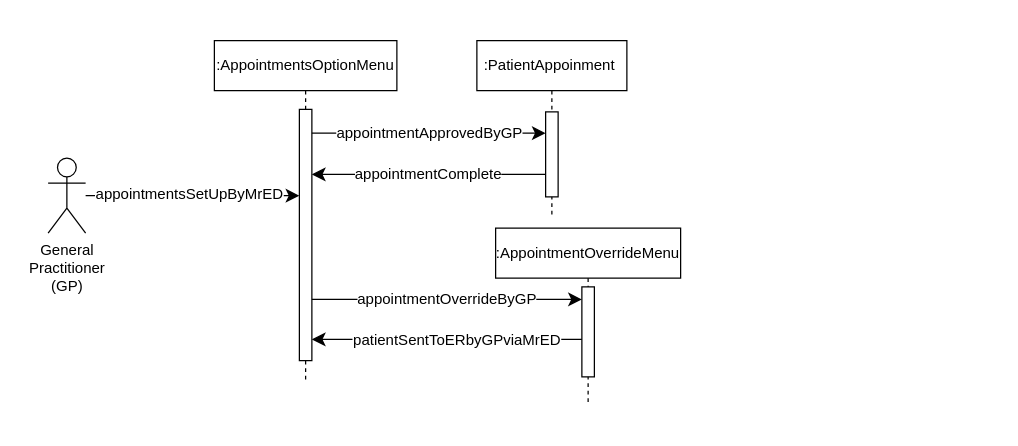
SENG-350-2024-fall/Team9 keeps this draw.io diagram as AmirWork/M2/GP_SequenceDiagram.drawio. Above is the earlier version. Source tidied: cells renumbered, new cells numbered last; positions are measured from the earlier drawing's top-left corner, leaving out a move shared by most shapes. Both pictures are drawn from the tidied source at 125%, with x=0, y=0 at pixel (21, 21).
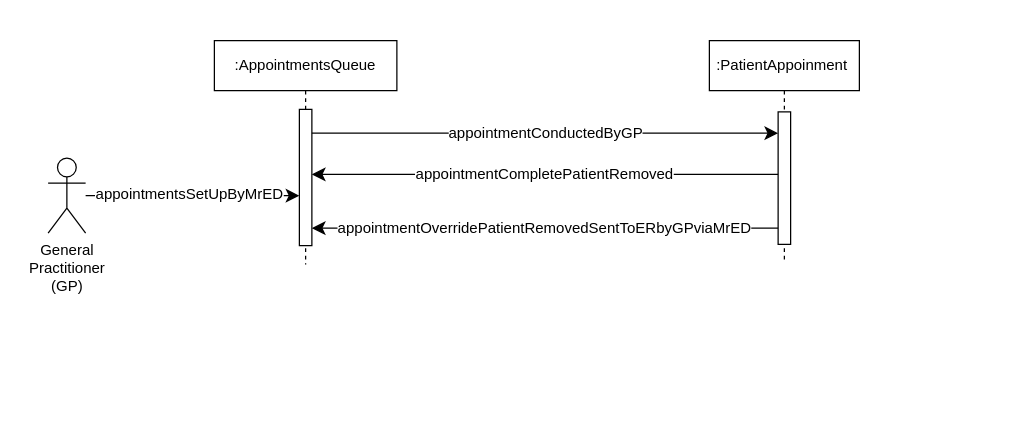
After the change.

The edit, as a diff of the source:
```diff
@@
-    <mxCell id="4" value=":AppointmentsOptionMenu" style="shape=umlLifeline;perimeter=lifelinePerimeter;whiteSpace=wrap;html=1;newEdgeStyle={&quot;edgeStyle&quot;:&quot;elbowEdgeStyle&quot;,&quot;elbow&quot;:&quot;vertical&quot;,&quot;curved&quot;:0,&quot;rounded&quot;:0};" parent="1" vertex="1">
-      <mxGeometry x="154" y="15" width="146" height="274" as="geometry" />
+    <mxCell id="4" value=":AppointmentsQueue" style="shape=umlLifeline;perimeter=lifelinePerimeter;whiteSpace=wrap;html=1;newEdgeStyle={&quot;edgeStyle&quot;:&quot;elbowEdgeStyle&quot;,&quot;elbow&quot;:&quot;vertical&quot;,&quot;curved&quot;:0,&quot;rounded&quot;:0};" parent="1" vertex="1">
+      <mxGeometry x="154" y="15" width="146" height="179" as="geometry" />
     </mxCell>
     <mxCell id="5" style="html=1;points=[];perimeter=orthogonalPerimeter;outlineConnect=0;targetShapes=umlLifeline;portConstraint=eastwest;newEdgeStyle={&quot;edgeStyle&quot;:&quot;elbowEdgeStyle&quot;,&quot;elbow&quot;:&quot;vertical&quot;,&quot;curved&quot;:0,&quot;rounded&quot;:0};" parent="4" vertex="1">
-      <mxGeometry x="68" y="55" width="10" height="201" as="geometry" />
+      <mxGeometry x="68" y="55" width="10" height="109" as="geometry" />
     </mxCell>
     <mxCell id="6" value=":PatientAppoinment&amp;nbsp;" style="shape=umlLifeline;perimeter=lifelinePerimeter;whiteSpace=wrap;html=1;newEdgeStyle={&quot;edgeStyle&quot;:&quot;elbowEdgeStyle&quot;,&quot;elbow&quot;:&quot;vertical&quot;,&quot;curved&quot;:0,&quot;rounded&quot;:0};" parent="1" vertex="1">
-      <mxGeometry x="364" y="15" width="120" height="141" as="geometry" />
+      <mxGeometry x="550" y="15" width="120" height="177" as="geometry" />
     </mxCell>
     <mxCell id="7" style="html=1;points=[];perimeter=orthogonalPerimeter;outlineConnect=0;targetShapes=umlLifeline;portConstraint=eastwest;newEdgeStyle={&quot;edgeStyle&quot;:&quot;elbowEdgeStyle&quot;,&quot;elbow&quot;:&quot;vertical&quot;,&quot;curved&quot;:0,&quot;rounded&quot;:0};" parent="6" vertex="1">
-      <mxGeometry x="55" y="57" width="10" height="68" as="geometry" />
+      <mxGeometry x="55" y="57" width="10" height="106" as="geometry" />
     </mxCell>
@@
-    <mxCell id="10" value=":AppointmentOverrideMenu" style="shape=umlLifeline;perimeter=lifelinePerimeter;whiteSpace=wrap;html=1;newEdgeStyle={&quot;edgeStyle&quot;:&quot;elbowEdgeStyle&quot;,&quot;elbow&quot;:&quot;vertical&quot;,&quot;curved&quot;:0,&quot;rounded&quot;:0};" parent="1" vertex="1">
-      <mxGeometry x="379" y="165" width="148" height="142" as="geometry" />
-    </mxCell>
-    <mxCell id="11" style="html=1;points=[];perimeter=orthogonalPerimeter;outlineConnect=0;targetShapes=umlLifeline;portConstraint=eastwest;newEdgeStyle={&quot;edgeStyle&quot;:&quot;elbowEdgeStyle&quot;,&quot;elbow&quot;:&quot;vertical&quot;,&quot;curved&quot;:0,&quot;rounded&quot;:0};" parent="10" vertex="1">
-      <mxGeometry x="69" y="47" width="10" height="72" as="geometry" />
-    </mxCell>
-    <mxCell id="12" value="appointmentOverrideByGP" style="edgeStyle=elbowEdgeStyle;curved=0;rounded=0;jettySize=auto;html=1;elbow=vertical;fontSize=12;startSize=8;endSize=8;" parent="1" edge="1" source="5" target="11">
-      <mxGeometry relative="1" as="geometry">
-        <Array as="points">
-          <mxPoint x="340" y="222" />
-        </Array>
-      </mxGeometry>
-    </mxCell>
-    <mxCell id="13" style="edgeStyle=elbowEdgeStyle;curved=0;rounded=0;jettySize=auto;html=1;elbow=vertical;fontSize=12;startSize=8;endSize=8;" parent="1" edge="1" source="11" target="5">
-      <mxGeometry relative="1" as="geometry">
-        <Array as="points">
-          <mxPoint x="304" y="254" />
-        </Array>
-      </mxGeometry>
-    </mxCell>
-    <mxCell id="14" value="patientSentToERbyGPviaMrED" style="edgeLabel;html=1;align=center;verticalAlign=middle;fontSize=12;" parent="13" vertex="1">
-      <mxGeometry x="-0.24" relative="1" as="geometry">
-        <mxPoint x="-19" as="offset" />
-      </mxGeometry>
-    </mxCell>
-    <mxCell id="15" value="appointmentApprovedByGP" style="edgeStyle=elbowEdgeStyle;curved=0;rounded=0;jettySize=auto;html=1;elbow=vertical;fontSize=12;startSize=8;endSize=8;" parent="1" edge="1" source="5" target="7">
+    <mxCell id="15" value="appointmentConductedByGP" style="edgeStyle=elbowEdgeStyle;curved=0;rounded=0;jettySize=auto;html=1;elbow=vertical;fontSize=12;startSize=8;endSize=8;" parent="1" edge="1" source="5" target="7">
       <mxGeometry relative="1" as="geometry">
         <Array as="points">
           <mxPoint x="356" y="89" />
         </Array>
       </mxGeometry>
     </mxCell>
-    <mxCell id="16" value="appointmentComplete" style="edgeStyle=elbowEdgeStyle;curved=0;rounded=0;jettySize=auto;html=1;elbow=vertical;fontSize=12;startSize=8;endSize=8;" parent="1" edge="1" source="7" target="5">
+    <mxCell id="16" value="appointmentCompletePatientRemoved" style="edgeStyle=elbowEdgeStyle;curved=0;rounded=0;jettySize=auto;html=1;elbow=vertical;fontSize=12;startSize=8;endSize=8;" parent="1" edge="1" source="7" target="5">
       <mxGeometry relative="1" as="geometry">
         <Array as="points">
           <mxPoint x="408" y="122" />
         </Array>
       </mxGeometry>
     </mxCell>
+    <mxCell id="12" value="appointmentOverridePatientRemovedSentToERbyGPviaMrED" style="edgeStyle=elbowEdgeStyle;curved=0;rounded=0;jettySize=auto;html=1;elbow=horizontal;fontSize=12;startSize=8;endSize=8;" parent="1" edge="1" source="7" target="5">
+      <mxGeometry relative="1" as="geometry">
+        <Array as="points">
+          <mxPoint x="397" y="165" />
+        </Array>
+      </mxGeometry>
+    </mxCell>
```
